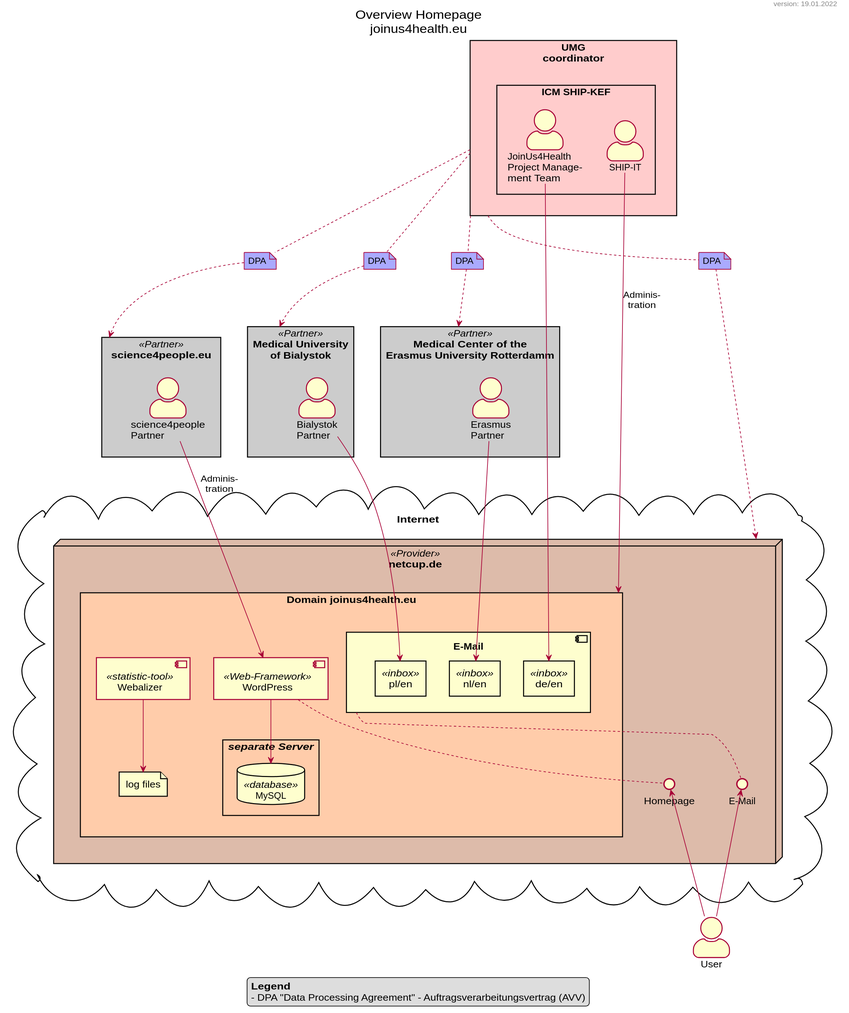
Above: technical/homepage/uml/homepage_overview_data_flow.svg in JoinUs4Health/Organisation (PlantUML), before the change.
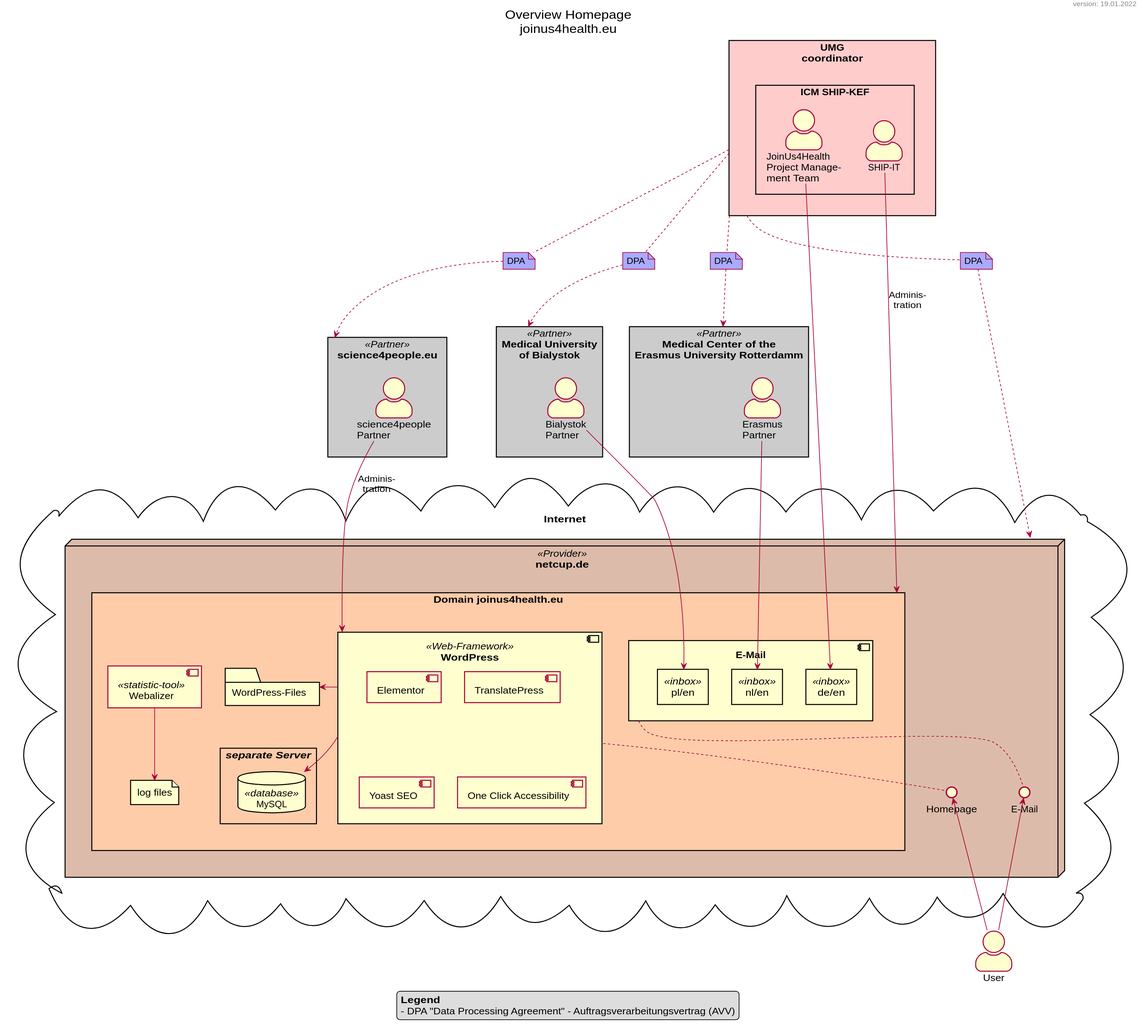
Later version of the same file.

Commit message:
update UML homepage&platform

What changed in the source:
```diff
@@ -39,10 +39,16 @@
 cloud "Internet" {
     node "netcup.de" <<Provider>> as netcup #ddbbaa {
         rectangle "Domain joinus4health.eu" as webspace #ffccaa {
-            component "WordPress" <<Web-Framework>> as wp
+            component "WordPress" <<Web-Framework>> as wp {
+                component "Elementor"
+                component "TranslatePress"
+                component "Yoast SEO"
+                component "One Click Accessibility"
+            }
             rectangle "//separate Server//" {
                 database "MySQL" <<database>> as my
             }
+            folder "WordPress-Files" as wpfolder
             file "log files" as log
             component "Webalizer" <<statistic-tool>> as stats
             component "E-Mail" as email {
@@ -51,6 +57,7 @@
                 rectangle "nl/en" <<inbox>> as e_nl
             }
             wp --> my
+            wp -l-> wpfolder
             stats --> log
         }
         interface "Homepage" as i_web
```
